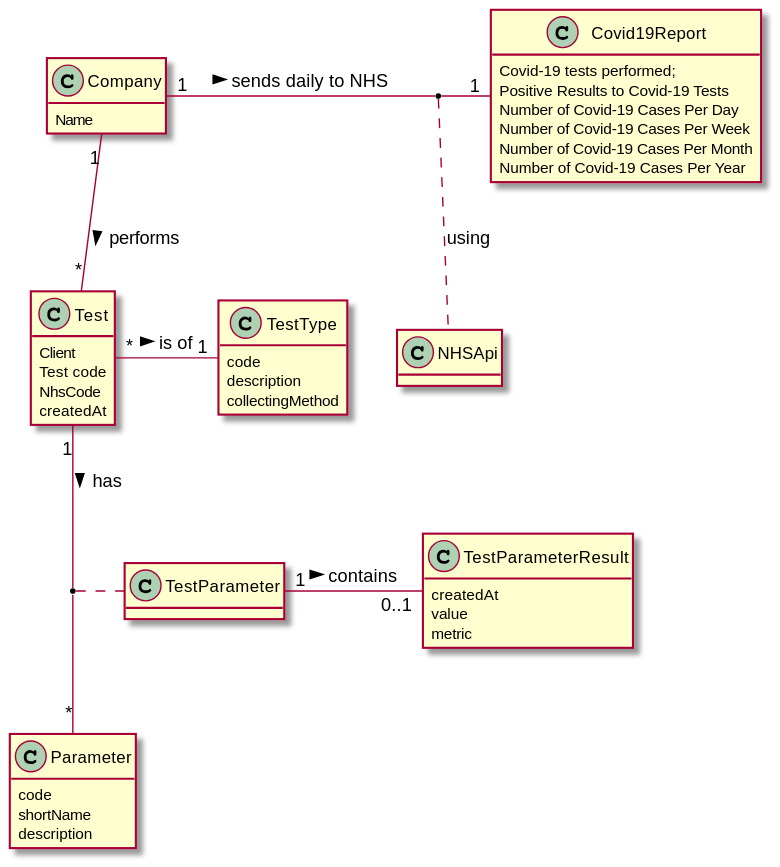
This is docs/SprintD/US18/US018_DM.svg from MarianaCLages/LAPR2, a PlantUML export, as it was before one commit.
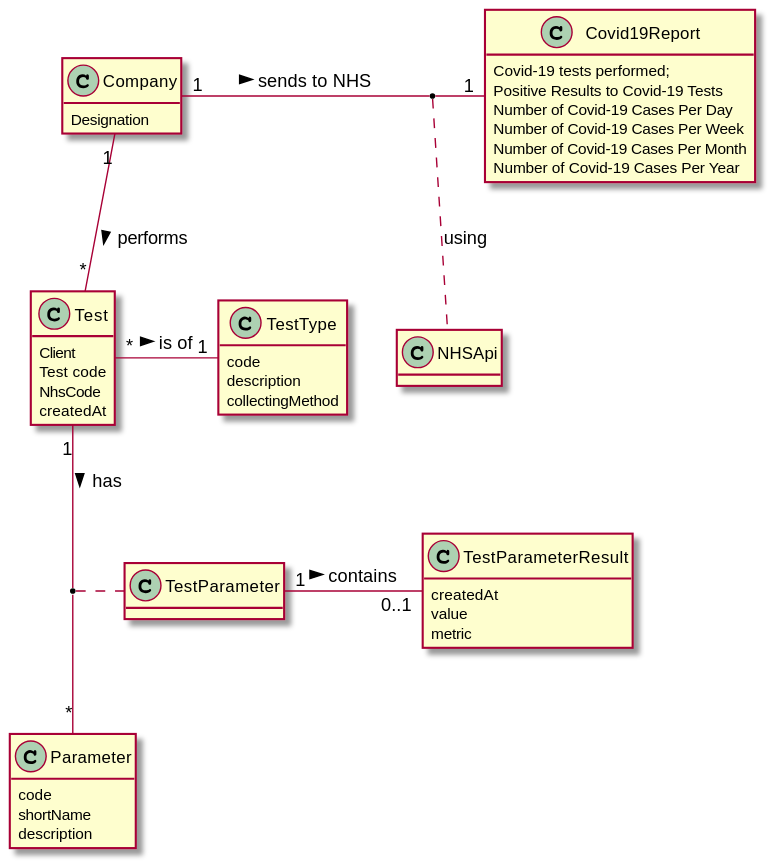
Later version of the same file.

The edit, as a diff of the source:
```diff
@@ -2,7 +2,7 @@
 hide methods
 
 class Company{
-Name
+Designation
 }
 
 class Covid19Report{
@@ -43,7 +43,7 @@
 }
 
 
-Company "1" - "1" Covid19Report : sends daily to NHS >
+Company "1" - "1" Covid19Report : sends to NHS >
 Test "1" -- "*" Parameter : has >
 Test "*" - "1" TestType: is of >
 TestParameter "1" - "0..1" TestParameterResult: contains >
```
